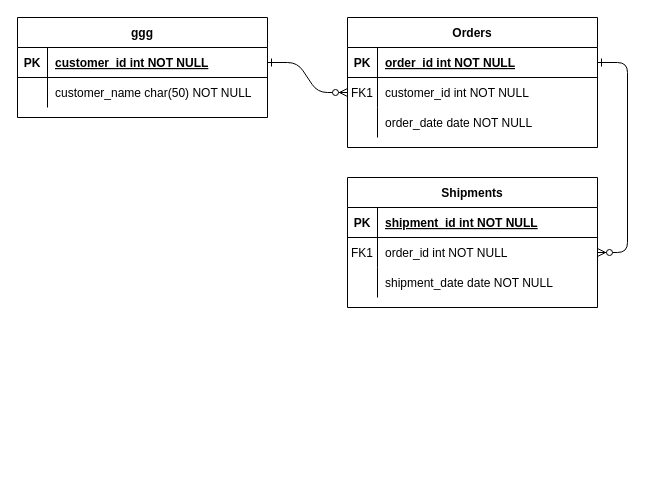
The draw.io diagram Untitled Diagram.drawio in CZ2007-Group-2/Group2, before the edit. Source tidied: cells renumbered, new cells numbered last; positions are measured from the earlier drawing's top-left corner, leaving out a move shared by most shapes. Both pictures are drawn from the tidied source at 100%, with x=0, y=0 at pixel (17, 17).
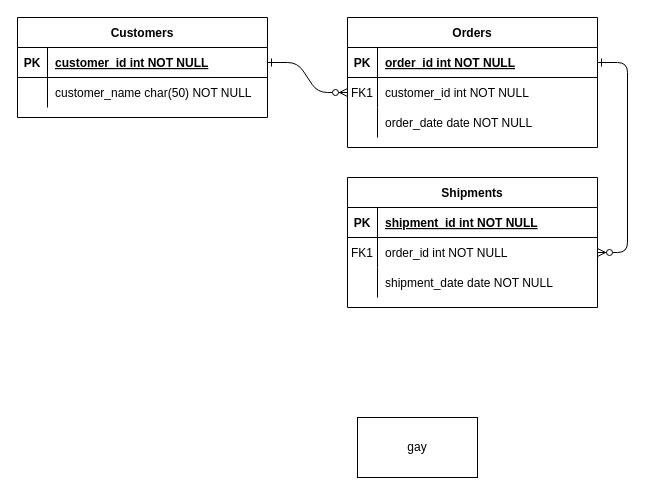
The same page after the edit.

Diff of the diagram source:
```diff
@@
-    <mxCell id="24" value="ggg" style="shape=table;startSize=30;childLayout=tableLayout;rowLines=0;fontStyle=1;align=center;" parent="1" vertex="1">
+    <mxCell id="24" value="Customers" style="shape=table;startSize=30;childLayout=tableLayout;rowLines=0;fontStyle=1;align=center;" parent="1" vertex="1">
       <mxGeometry width="250" height="100" as="geometry" />
     </mxCell>
@@
+    <mxCell id="31" value="gay" style="rounded=0;whiteSpace=wrap;html=1;" parent="1" vertex="1">
+      <mxGeometry x="340" y="400" width="120" height="60" as="geometry" />
+    </mxCell>
```
